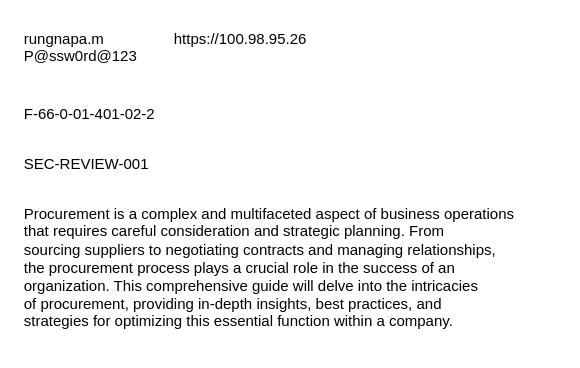
Earlier version of the draw.io diagram page "BUDGET_001_FM" (2 of 7) of NHSO-Flow-chart.drawio (pukaponb/nhso-diagrams). Source tidied: cells renumbered, new cells numbered last; positions are measured from the earlier drawing's top-left corner, leaving out a move shared by most shapes. Both pictures are drawn from the tidied source at 125%, with x=0, y=0 at pixel (21, 21).
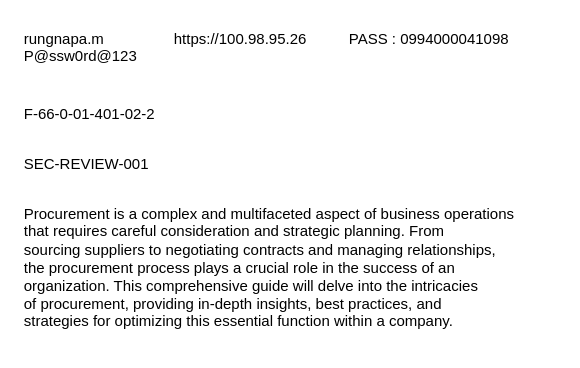
After the change.

The edit, as a diff of the source:
```diff
@@
 <mxGraphModel>
   <root>
     <mxCell id="0" />
     <mxCell id="1" parent="0" />
     <mxCell id="2" value="rungnapa.m&#10;P@ssw0rd@123" style="text;whiteSpace=wrap;" parent="1" vertex="1">
       <mxGeometry width="100" height="40" as="geometry" />
     </mxCell>
     <mxCell id="3" value="F-66-0-01-401-02-2" style="text;whiteSpace=wrap;" parent="1" vertex="1">
       <mxGeometry y="60" width="140" height="40" as="geometry" />
     </mxCell>
     <mxCell id="4" value="Procurement is a complex and multifaceted aspect of business operations &#10;that requires careful consideration and strategic planning. From &#10;sourcing suppliers to negotiating contracts and managing relationships, &#10;the procurement process plays a crucial role in the success of an &#10;organization. This comprehensive guide will delve into the intricacies &#10;of procurement, providing in-depth insights, best practices, and &#10;strategies for optimizing this essential function within a company." style="text;whiteSpace=wrap;html=1;" parent="1" vertex="1">
       <mxGeometry y="140" width="430" height="120" as="geometry" />
     </mxCell>
     <mxCell id="5" value="SEC-REVIEW-001" style="text;whiteSpace=wrap;html=1;" parent="1" vertex="1">
       <mxGeometry y="100" width="130" height="40" as="geometry" />
     </mxCell>
     <mxCell id="6" value="https://100.98.95.26" style="text;whiteSpace=wrap;" parent="1" vertex="1">
       <mxGeometry x="120" width="140" height="40" as="geometry" />
     </mxCell>
+    <mxCell id="7" value="PASS : 0994000041098" style="text;whiteSpace=wrap;" parent="1" vertex="1">
+      <mxGeometry x="260" width="140" height="40" as="geometry" />
+    </mxCell>
   </root>
 </mxGraphModel>
```
